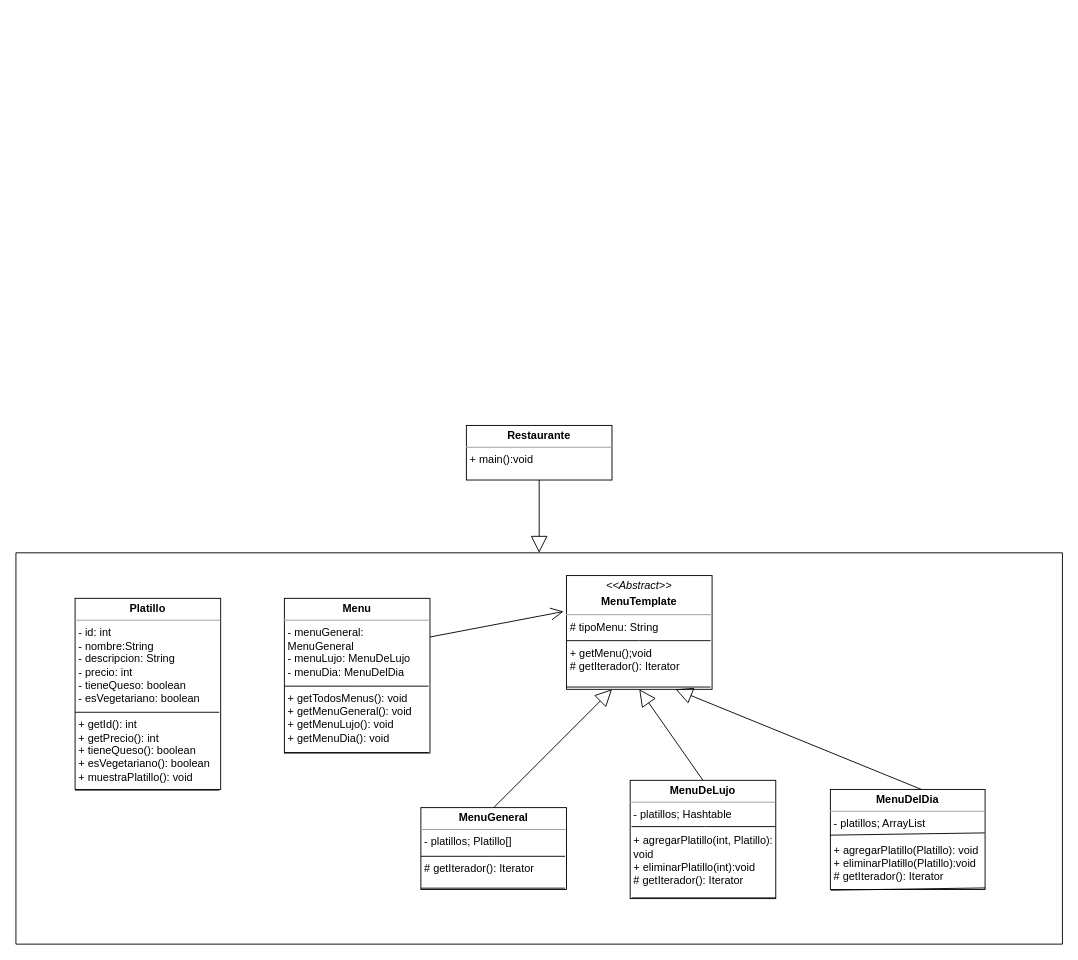
Before: UML.drawio in jackDiazz/practica02, a draw.io diagram. Source tidied: cells renumbered, new cells numbered last; positions are measured from the earlier drawing's top-left corner, leaving out a move shared by most shapes. Both pictures are drawn from the tidied source at 91%, with x=0, y=0 at pixel (15, 425).
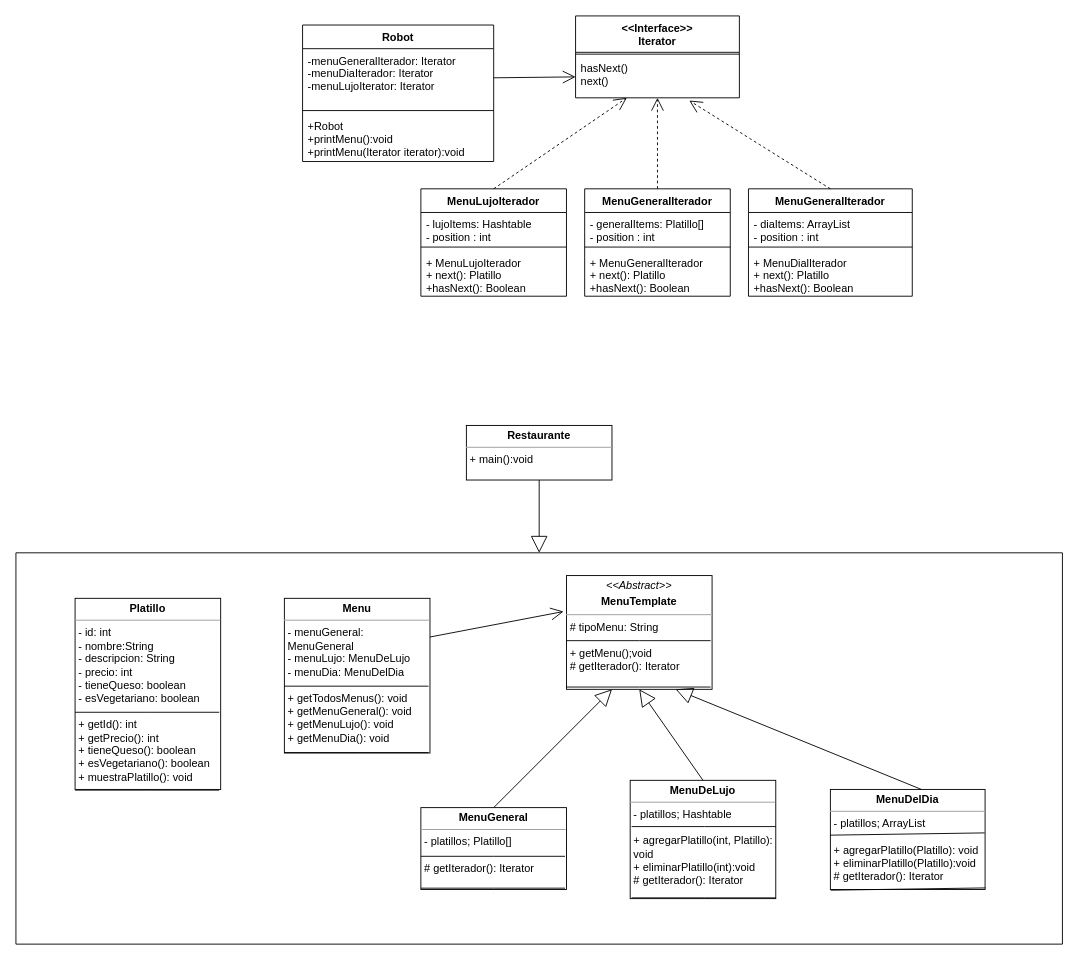
Above is the later version.

Change to the diagram source:
```diff
@@
+    <mxCell id="22" value="&lt;&lt;Interface&gt;&gt;&#10;Iterator" style="swimlane;fontStyle=1;align=center;verticalAlign=top;horizontal=1;startSize=40;" parent="1" vertex="1">
+      <mxGeometry x="615" y="-450" width="180" height="90" as="geometry" />
+    </mxCell>
+    <mxCell id="23" style="line;strokeWidth=1;fillColor=none;align=left;verticalAlign=middle;spacingTop=-1;spacingLeft=3;spacingRight=3;labelPosition=right;strokeColor=inherit;" parent="22" vertex="1">
+      <mxGeometry y="40" width="180" height="4" as="geometry" />
+    </mxCell>
+    <mxCell id="24" value="hasNext()&#10;next()" style="text;strokeColor=none;fillColor=none;align=left;verticalAlign=top;spacingLeft=4;spacingRight=4;overflow=hidden;points=[[0,0.5],[1,0.5]];portConstraint=eastwest;" parent="22" vertex="1">
+      <mxGeometry y="44" width="180" height="46" as="geometry" />
+    </mxCell>
+    <mxCell id="25" value="MenuLujoIterador" style="swimlane;fontStyle=1;align=center;verticalAlign=top;horizontal=1;startSize=26;" parent="1" vertex="1">
+      <mxGeometry x="445" y="-260" width="160" height="118" as="geometry" />
+    </mxCell>
+    <mxCell id="26" value="- lujoItems: Hashtable&#10;- position : int" style="text;strokeColor=none;fillColor=none;align=left;verticalAlign=top;spacingLeft=4;spacingRight=4;overflow=hidden;" parent="25" vertex="1">
+      <mxGeometry y="26" width="160" height="34" as="geometry" />
+    </mxCell>
+    <mxCell id="27" style="line;strokeWidth=1;fillColor=none;align=left;verticalAlign=middle;spacingTop=-1;spacingLeft=3;spacingRight=3;labelPosition=right;strokeColor=inherit;" parent="25" vertex="1">
+      <mxGeometry y="60" width="160" height="8" as="geometry" />
+    </mxCell>
+    <mxCell id="28" value="+ MenuLujoIterador&#10;+ next(): Platillo&#10;+hasNext(): Boolean" style="text;strokeColor=none;fillColor=none;align=left;verticalAlign=top;spacingLeft=4;spacingRight=4;overflow=hidden;" parent="25" vertex="1">
+      <mxGeometry y="68" width="160" height="50" as="geometry" />
+    </mxCell>
+    <mxCell id="29" value="MenuGeneralIterador" style="swimlane;fontStyle=1;align=center;verticalAlign=top;horizontal=1;startSize=26;" parent="1" vertex="1">
+      <mxGeometry x="625" y="-260" width="160" height="118" as="geometry" />
+    </mxCell>
+    <mxCell id="30" value="- generalItems: Platillo[]&#10;- position : int" style="text;strokeColor=none;fillColor=none;align=left;verticalAlign=top;spacingLeft=4;spacingRight=4;overflow=hidden;" parent="29" vertex="1">
+      <mxGeometry y="26" width="160" height="34" as="geometry" />
+    </mxCell>
+    <mxCell id="31" style="line;strokeWidth=1;fillColor=none;align=left;verticalAlign=middle;spacingTop=-1;spacingLeft=3;spacingRight=3;labelPosition=right;strokeColor=inherit;" parent="29" vertex="1">
+      <mxGeometry y="60" width="160" height="8" as="geometry" />
+    </mxCell>
+    <mxCell id="32" value="+ MenuGeneralIterador&#10;+ next(): Platillo&#10;+hasNext(): Boolean" style="text;strokeColor=none;fillColor=none;align=left;verticalAlign=top;spacingLeft=4;spacingRight=4;overflow=hidden;" parent="29" vertex="1">
+      <mxGeometry y="68" width="160" height="50" as="geometry" />
+    </mxCell>
+    <mxCell id="33" value="MenuGeneralIterador" style="swimlane;fontStyle=1;align=center;verticalAlign=top;horizontal=1;startSize=26;" parent="1" vertex="1">
+      <mxGeometry x="805" y="-260" width="180" height="118" as="geometry" />
+    </mxCell>
+    <mxCell id="34" value="- diaItems: ArrayList&#10;- position : int" style="text;strokeColor=none;fillColor=none;align=left;verticalAlign=top;spacingLeft=4;spacingRight=4;overflow=hidden;" parent="33" vertex="1">
+      <mxGeometry y="26" width="180" height="34" as="geometry" />
+    </mxCell>
+    <mxCell id="35" style="line;strokeWidth=1;fillColor=none;align=left;verticalAlign=middle;spacingTop=-1;spacingLeft=3;spacingRight=3;labelPosition=right;strokeColor=inherit;" parent="33" vertex="1">
+      <mxGeometry y="60" width="180" height="8" as="geometry" />
+    </mxCell>
+    <mxCell id="36" value="+ MenuDialIterador&#10;+ next(): Platillo&#10;+hasNext(): Boolean" style="text;strokeColor=none;fillColor=none;align=left;verticalAlign=top;spacingLeft=4;spacingRight=4;overflow=hidden;" parent="33" vertex="1">
+      <mxGeometry y="68" width="180" height="50" as="geometry" />
+    </mxCell>
+    <mxCell id="37" style="endArrow=open;endSize=12;dashed=1;html=1;exitX=0.5;exitY=0;exitDx=0;exitDy=0;" parent="1" edge="1" source="25" target="24">
+      <mxGeometry relative="1" as="geometry" />
+    </mxCell>
+    <mxCell id="38" style="endArrow=open;endSize=12;dashed=1;html=1;exitX=0.5;exitY=0;exitDx=0;exitDy=0;" parent="1" edge="1" source="29" target="24">
+      <mxGeometry relative="1" as="geometry" />
+    </mxCell>
+    <mxCell id="39" style="endArrow=open;endSize=12;dashed=1;html=1;exitX=0.5;exitY=0;exitDx=0;exitDy=0;entryX=0.694;entryY=1.065;entryDx=0;entryDy=0;entryPerimeter=0;" parent="1" edge="1" source="33" target="24">
+      <mxGeometry x="-0.01" relative="1" as="geometry">
+        <Array as="points">
+          <mxPoint x="815" y="-310" />
+        </Array>
+      </mxGeometry>
+    </mxCell>
+    <mxCell id="40" value="Robot" style="swimlane;fontStyle=1;align=center;verticalAlign=top;horizontal=1;startSize=26;" parent="1" vertex="1">
+      <mxGeometry x="315" y="-440" width="210" height="150" as="geometry" />
+    </mxCell>
+    <mxCell id="41" value="-menuGeneralIterador: Iterator&#10;-menuDiaIterador: Iterator&#10;-menuLujoIterator: Iterator" style="text;strokeColor=none;fillColor=none;align=left;verticalAlign=top;spacingLeft=4;spacingRight=4;overflow=hidden;points=[[0,0.5],[1,0.5]];portConstraint=eastwest;" parent="40" vertex="1">
+      <mxGeometry y="26" width="210" height="64" as="geometry" />
+    </mxCell>
+    <mxCell id="42" style="line;strokeWidth=1;fillColor=none;align=left;verticalAlign=middle;spacingTop=-1;spacingLeft=3;spacingRight=3;labelPosition=right;strokeColor=inherit;" parent="40" vertex="1">
+      <mxGeometry y="90" width="210" height="8" as="geometry" />
+    </mxCell>
+    <mxCell id="43" value="+Robot&#10;+printMenu():void&#10;+printMenu(Iterator iterator):void" style="text;strokeColor=none;fillColor=none;align=left;verticalAlign=top;spacingLeft=4;spacingRight=4;overflow=hidden;" parent="40" vertex="1">
+      <mxGeometry y="98" width="210" height="52" as="geometry" />
+    </mxCell>
+    <mxCell id="44" style="endArrow=open;endFill=1;endSize=12;html=1;rounded=0;entryX=0;entryY=0.5;entryDx=0;entryDy=0;exitX=1;exitY=0.5;exitDx=0;exitDy=0;" parent="1" edge="1" source="41" target="24">
+      <mxGeometry relative="1" as="geometry" />
+    </mxCell>
```
